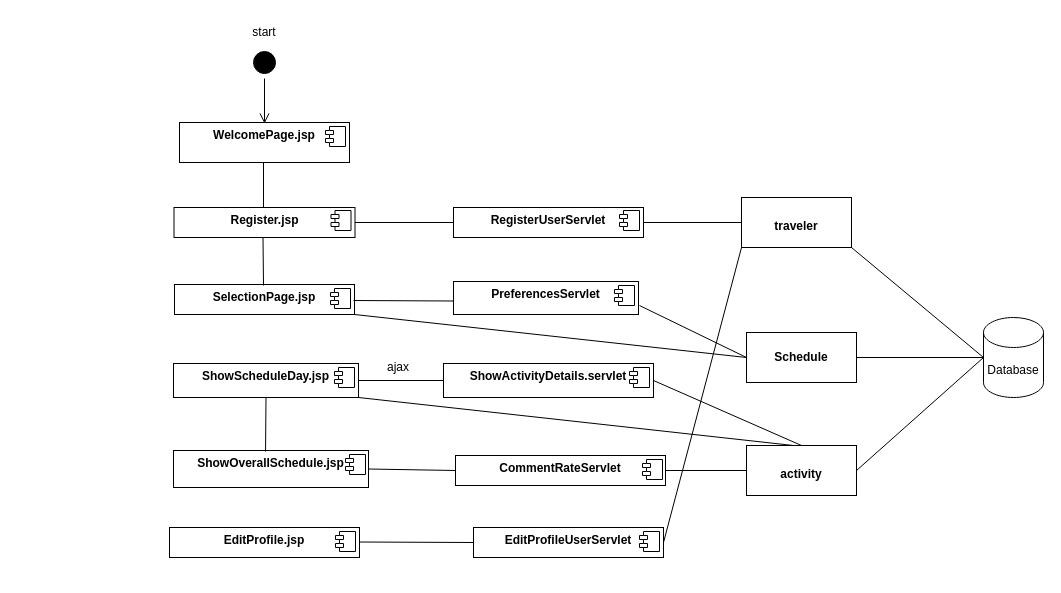
EleftheriaKoutsiouri/Scheduluxe keeps this draw.io diagram as Diagrams/ComponentDiagram2.drawio. Above is the earlier version. Source tidied: cells renumbered, new cells numbered last; positions are measured from the earlier drawing's top-left corner, leaving out a move shared by most shapes. Both pictures are drawn from the tidied source at 100%, with x=0, y=0 at pixel (17, 17).
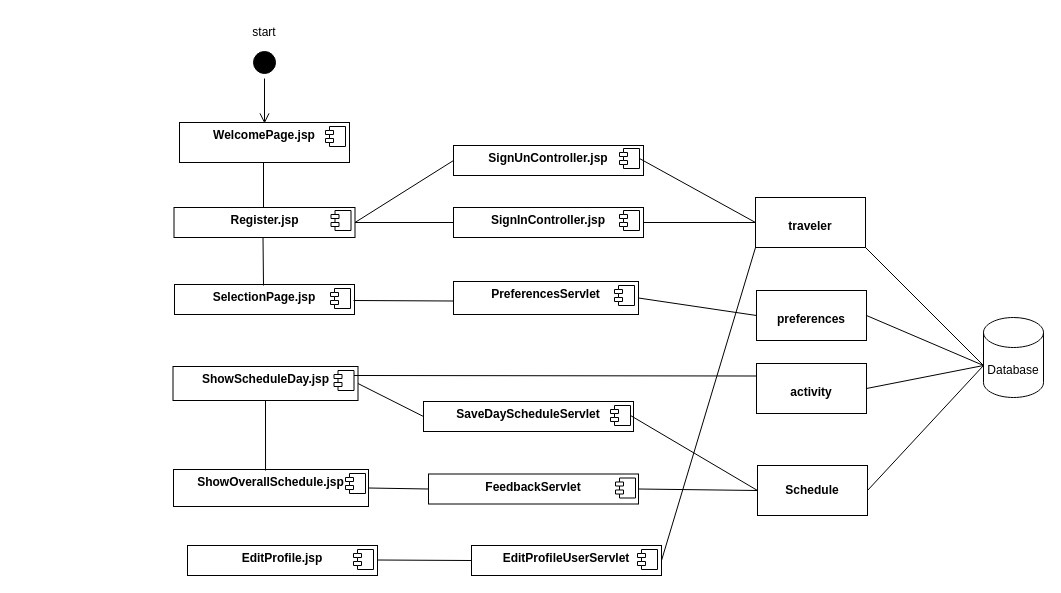
The same page after the edit.

Unchanged cells that the change refers to:
```xml
<mxCell id="4" value="&lt;p style=&quot;margin:0px;margin-top:6px;text-align:center;&quot;&gt;&lt;b&gt;PreferencesServlet&lt;/b&gt;&lt;/p&gt;" style="align=left;overflow=fill;html=1;whiteSpace=wrap;" parent="1" vertex="1">
  <mxGeometry x="436" y="264" width="185" height="33" as="geometry" />
</mxCell>
<mxCell id="6" value="&lt;p style=&quot;margin:0px;margin-top:6px;text-align:center;&quot;&gt;&lt;b style=&quot;background-color: initial;&quot;&gt;SelectionPage.jsp&lt;/b&gt;&lt;/p&gt;" style="align=left;overflow=fill;html=1;whiteSpace=wrap;" parent="1" vertex="1">
  <mxGeometry x="157" y="267" width="180" height="30" as="geometry" />
</mxCell>
<mxCell id="9" style="shape=component;jettyWidth=8;jettyHeight=4;" parent="8" vertex="1">
  <mxGeometry x="1" width="20" height="20" relative="1" as="geometry">
    <mxPoint x="-24" y="4" as="offset" />
  </mxGeometry>
</mxCell>
<mxCell id="11" value="Database" style="shape=cylinder3;whiteSpace=wrap;html=1;boundedLbl=1;backgroundOutline=1;size=15;" parent="1" vertex="1">
  <mxGeometry x="966" y="300" width="60" height="80" as="geometry" />
</mxCell>
<mxCell id="20" value="&lt;p style=&quot;margin:0px;margin-top:6px;text-align:center;&quot;&gt;&lt;b&gt;Register.jsp&lt;/b&gt;&lt;/p&gt;" style="align=left;overflow=fill;html=1;whiteSpace=wrap;" parent="1" vertex="1">
  <mxGeometry x="156.5" y="190" width="181" height="30" as="geometry" />
</mxCell>
```

What changed in the source:
```diff
@@
     <mxCell id="8" value="&lt;p style=&quot;margin:0px;margin-top:6px;text-align:center;&quot;&gt;&lt;b&gt;ShowScheduleDay.jsp&lt;/b&gt;&lt;/p&gt;" style="align=left;overflow=fill;html=1;whiteSpace=wrap;" parent="1" vertex="1">
-      <mxGeometry x="156" y="346" width="185" height="34" as="geometry" />
+      <mxGeometry x="155.5" y="349" width="185" height="34" as="geometry" />
     </mxCell>
@@
     <mxCell id="10" value="&lt;p style=&quot;margin:0px;margin-top:4px;text-align:center;&quot;&gt;&lt;br&gt;&lt;b&gt;Schedule&lt;/b&gt;&lt;/p&gt;" style="verticalAlign=top;align=left;overflow=fill;fontSize=12;fontFamily=Helvetica;html=1;whiteSpace=wrap;" parent="1" vertex="1">
-      <mxGeometry x="729" y="315" width="110" height="50" as="geometry" />
+      <mxGeometry x="740" y="448" width="110" height="50" as="geometry" />
     </mxCell>
@@
-    <mxCell id="12" style="endArrow=none;html=1;rounded=0;entryX=1;entryY=0.5;entryDx=0;entryDy=0;" parent="1" edge="1" source="11" target="10">
-      <mxGeometry relative="1" as="geometry" />
-    </mxCell>
-    <mxCell id="13" value="&lt;p style=&quot;margin:0px;margin-top:6px;text-align:center;&quot;&gt;&lt;b&gt;ShowActivityDetails.servlet&lt;/b&gt;&lt;/p&gt;" style="align=left;overflow=fill;html=1;whiteSpace=wrap;" parent="1" vertex="1">
-      <mxGeometry x="426" y="346" width="210" height="34" as="geometry" />
-    </mxCell>
-    <mxCell id="14" style="shape=component;jettyWidth=8;jettyHeight=4;" parent="13" vertex="1">
-      <mxGeometry x="1" width="20" height="20" relative="1" as="geometry">
-        <mxPoint x="-24" y="4" as="offset" />
-      </mxGeometry>
-    </mxCell>
-    <mxCell id="15" value="&lt;p style=&quot;margin:0px;margin-top:6px;text-align:center;&quot;&gt;&lt;b&gt;RegisterUserServlet&lt;/b&gt;&lt;/p&gt;" style="align=left;overflow=fill;html=1;whiteSpace=wrap;" parent="1" vertex="1">
+    <mxCell id="15" value="&lt;p style=&quot;margin:0px;margin-top:6px;text-align:center;&quot;&gt;&lt;b&gt;SignInController.jsp&lt;/b&gt;&lt;/p&gt;" style="align=left;overflow=fill;html=1;whiteSpace=wrap;" parent="1" vertex="1">
       <mxGeometry x="436" y="190" width="190" height="30" as="geometry" />
     </mxCell>
@@
-    <mxCell id="17" style="endArrow=none;html=1;rounded=0;entryX=0;entryY=0.5;entryDx=0;entryDy=0;exitX=1;exitY=0.5;exitDx=0;exitDy=0;" parent="1" edge="1" source="38" target="25">
+    <mxCell id="17" style="endArrow=none;html=1;rounded=0;entryX=0;entryY=0.5;entryDx=0;entryDy=0;exitX=1;exitY=0.5;exitDx=0;exitDy=0;" parent="1" edge="1" source="38" target="10">
       <mxGeometry relative="1" as="geometry" />
     </mxCell>
-    <mxCell id="18" value="ajax" style="text;html=1;strokeColor=none;fillColor=none;align=center;verticalAlign=middle;whiteSpace=wrap;rounded=0;" parent="1" vertex="1">
-      <mxGeometry x="351" y="335" width="60" height="30" as="geometry" />
-    </mxCell>
     <mxCell id="19" value="&lt;p style=&quot;margin: 4px 0px 0px;&quot;&gt;&lt;br&gt;&lt;/p&gt;&lt;p style=&quot;margin: 4px 0px 0px;&quot;&gt;&lt;b&gt;traveler&lt;/b&gt;&lt;/p&gt;&lt;p style=&quot;margin: 4px 0px 0px;&quot;&gt;&lt;b&gt;&lt;br&gt;&lt;/b&gt;&lt;/p&gt;" style="verticalAlign=top;align=center;overflow=fill;fontSize=12;fontFamily=Helvetica;html=1;whiteSpace=wrap;" parent="1" vertex="1">
-      <mxGeometry x="724" y="180" width="110" height="50" as="geometry" />
+      <mxGeometry x="738" y="180" width="110" height="50" as="geometry" />
     </mxCell>
@@
-    <mxCell id="24" style="endArrow=none;html=1;rounded=0;entryX=1;entryY=1;entryDx=0;entryDy=0;exitX=0;exitY=0.5;exitDx=0;exitDy=0;exitPerimeter=0;" parent="1" edge="1" source="11" target="19">
-      <mxGeometry relative="1" as="geometry" />
+    <mxCell id="24" style="endArrow=none;html=1;rounded=0;entryX=1;entryY=1;entryDx=0;entryDy=0;" parent="1" edge="1" target="19">
+      <mxGeometry relative="1" as="geometry">
+        <mxPoint x="966" y="348" as="sourcePoint" />
+      </mxGeometry>
     </mxCell>
     <mxCell id="25" value="&lt;p style=&quot;margin:0px;margin-top:4px;text-align:center;&quot;&gt;&lt;b&gt;&lt;br&gt;&lt;/b&gt;&lt;/p&gt;&lt;p style=&quot;margin:0px;margin-top:4px;text-align:center;&quot;&gt;&lt;b&gt;activity&lt;/b&gt;&lt;/p&gt;" style="verticalAlign=top;align=left;overflow=fill;fontSize=12;fontFamily=Helvetica;html=1;whiteSpace=wrap;" parent="1" vertex="1">
-      <mxGeometry x="729" y="428" width="110" height="50" as="geometry" />
+      <mxGeometry x="739" y="346" width="110" height="50" as="geometry" />
     </mxCell>
-    <mxCell id="26" style="endArrow=none;html=1;rounded=0;entryX=1;entryY=0.5;entryDx=0;entryDy=0;exitX=0;exitY=0.5;exitDx=0;exitDy=0;exitPerimeter=0;" parent="1" edge="1" source="11" target="25">
-      <mxGeometry relative="1" as="geometry" />
+    <mxCell id="26" style="endArrow=none;html=1;rounded=0;entryX=1;entryY=0.5;entryDx=0;entryDy=0;" parent="1" edge="1" target="25">
+      <mxGeometry relative="1" as="geometry">
+        <mxPoint x="966" y="348" as="sourcePoint" />
+      </mxGeometry>
     </mxCell>
     <mxCell id="27" value="&lt;p style=&quot;margin:0px;margin-top:6px;text-align:center;&quot;&gt;&lt;b&gt;ShowOverallSchedule.jsp&lt;/b&gt;&lt;/p&gt;" style="align=left;overflow=fill;html=1;whiteSpace=wrap;" parent="1" vertex="1">
-      <mxGeometry x="156" y="433" width="195" height="37" as="geometry" />
+      <mxGeometry x="156" y="452" width="195" height="37" as="geometry" />
     </mxCell>
@@
-    <mxCell id="29" style="endArrow=none;html=1;rounded=0;exitX=0;exitY=0.5;exitDx=0;exitDy=0;" parent="1" edge="1" source="10">
-      <mxGeometry relative="1" as="geometry">
-        <mxPoint x="622" y="288" as="targetPoint" />
-      </mxGeometry>
-    </mxCell>
@@
-    <mxCell id="35" style="endArrow=none;html=1;rounded=0;entryX=0.5;entryY=0;entryDx=0;entryDy=0;exitX=1;exitY=0.5;exitDx=0;exitDy=0;" parent="1" edge="1" source="13" target="25">
+    <mxCell id="35" style="endArrow=none;html=1;rounded=0;entryX=0;entryY=0.25;entryDx=0;entryDy=0;exitX=1;exitY=0.25;exitDx=0;exitDy=0;" parent="1" edge="1" source="9" target="25">
       <mxGeometry relative="1" as="geometry" />
     </mxCell>
-    <mxCell id="36" style="endArrow=none;html=1;rounded=0;entryX=0;entryY=0.5;entryDx=0;entryDy=0;exitX=1;exitY=0.5;exitDx=0;exitDy=0;" parent="1" edge="1" source="8" target="13">
-      <mxGeometry relative="1" as="geometry" />
-    </mxCell>
@@
-    <mxCell id="38" value="&lt;p style=&quot;margin:0px;margin-top:6px;text-align:center;&quot;&gt;&lt;b&gt;CommentRateServlet&lt;/b&gt;&lt;/p&gt;" style="align=left;overflow=fill;html=1;whiteSpace=wrap;" parent="1" vertex="1">
-      <mxGeometry x="438" y="438" width="210" height="30" as="geometry" />
+    <mxCell id="38" value="&lt;p style=&quot;margin:0px;margin-top:6px;text-align:center;&quot;&gt;&lt;b&gt;FeedbackServlet&lt;/b&gt;&lt;/p&gt;" style="align=left;overflow=fill;html=1;whiteSpace=wrap;" parent="1" vertex="1">
+      <mxGeometry x="411" y="456.5" width="210" height="30" as="geometry" />
     </mxCell>
@@
     <mxCell id="44" value="&lt;p style=&quot;margin:0px;margin-top:6px;text-align:center;&quot;&gt;&lt;b&gt;EditProfile.jsp&lt;/b&gt;&lt;/p&gt;" style="align=left;overflow=fill;html=1;whiteSpace=wrap;" parent="1" vertex="1">
-      <mxGeometry x="152" y="510" width="190" height="30" as="geometry" />
+      <mxGeometry x="170" y="528" width="190" height="30" as="geometry" />
     </mxCell>
@@
     <mxCell id="46" value="&lt;p style=&quot;margin:0px;margin-top:6px;text-align:center;&quot;&gt;&lt;b&gt;EditProfileUserServlet&lt;/b&gt;&lt;/p&gt;" style="align=left;overflow=fill;html=1;whiteSpace=wrap;" parent="1" vertex="1">
-      <mxGeometry x="456" y="510" width="190" height="30" as="geometry" />
+      <mxGeometry x="454" y="528" width="190" height="30" as="geometry" />
     </mxCell>
@@
     <mxCell id="48" style="endArrow=none;html=1;rounded=0;entryX=0;entryY=0.5;entryDx=0;entryDy=0;exitX=1;exitY=0.5;exitDx=0;exitDy=0;" parent="1" edge="1" target="46">
       <mxGeometry relative="1" as="geometry">
-        <mxPoint x="342" y="524.5" as="sourcePoint" />
+        <mxPoint x="360" y="542.5" as="sourcePoint" />
       </mxGeometry>
     </mxCell>
@@
-    <mxCell id="50" style="endArrow=none;html=1;rounded=0;exitX=0;exitY=0.5;exitDx=0;exitDy=0;entryX=1;entryY=1;entryDx=0;entryDy=0;" parent="1" edge="1" source="10" target="6">
-      <mxGeometry relative="1" as="geometry" />
-    </mxCell>
-    <mxCell id="51" style="endArrow=none;html=1;rounded=0;exitX=1;exitY=1;exitDx=0;exitDy=0;" parent="1" edge="1" source="8">
-      <mxGeometry relative="1" as="geometry">
-        <mxPoint x="776" y="428" as="targetPoint" />
-      </mxGeometry>
-    </mxCell>
+    <mxCell id="52" value="&lt;p style=&quot;margin:0px;margin-top:4px;text-align:center;&quot;&gt;&lt;br&gt;&lt;/p&gt;&lt;p style=&quot;margin:0px;margin-top:4px;text-align:center;&quot;&gt;&lt;b&gt;preferences&lt;/b&gt;&lt;/p&gt;" style="verticalAlign=top;align=left;overflow=fill;fontSize=12;fontFamily=Helvetica;html=1;whiteSpace=wrap;" parent="1" vertex="1">
+      <mxGeometry x="739" y="273" width="110" height="50" as="geometry" />
+    </mxCell>
+    <mxCell id="53" style="endArrow=none;html=1;rounded=0;entryX=1;entryY=0.5;entryDx=0;entryDy=0;" parent="1" edge="1" target="52">
+      <mxGeometry relative="1" as="geometry">
+        <mxPoint x="966" y="348" as="sourcePoint" />
+      </mxGeometry>
+    </mxCell>
+    <mxCell id="54" style="endArrow=none;html=1;rounded=0;entryX=1;entryY=0.5;entryDx=0;entryDy=0;exitX=0;exitY=0.5;exitDx=0;exitDy=0;" parent="1" edge="1" source="52" target="4">
+      <mxGeometry relative="1" as="geometry" />
+    </mxCell>
+    <mxCell id="55" style="endArrow=none;html=1;rounded=0;exitX=1;exitY=0.5;exitDx=0;exitDy=0;" parent="1" edge="1" source="10">
+      <mxGeometry relative="1" as="geometry">
+        <mxPoint x="966" y="348" as="targetPoint" />
+      </mxGeometry>
+    </mxCell>
+    <mxCell id="56" value="&lt;p style=&quot;margin:0px;margin-top:6px;text-align:center;&quot;&gt;&lt;b&gt;SaveDayScheduleServlet&lt;/b&gt;&lt;/p&gt;" style="align=left;overflow=fill;html=1;whiteSpace=wrap;" parent="1" vertex="1">
+      <mxGeometry x="406" y="384" width="210" height="30" as="geometry" />
+    </mxCell>
+    <mxCell id="57" style="shape=component;jettyWidth=8;jettyHeight=4;" parent="56" vertex="1">
+      <mxGeometry x="1" width="20" height="20" relative="1" as="geometry">
+        <mxPoint x="-23" y="4" as="offset" />
+      </mxGeometry>
+    </mxCell>
+    <mxCell id="58" style="endArrow=none;html=1;rounded=0;entryX=1;entryY=0.5;entryDx=0;entryDy=0;exitX=0;exitY=0.5;exitDx=0;exitDy=0;" parent="1" edge="1" source="56" target="8">
+      <mxGeometry relative="1" as="geometry" />
+    </mxCell>
+    <mxCell id="59" style="endArrow=none;html=1;rounded=0;entryX=0;entryY=0.5;entryDx=0;entryDy=0;exitX=1;exitY=0.5;exitDx=0;exitDy=0;" parent="1" edge="1" source="57" target="10">
+      <mxGeometry relative="1" as="geometry" />
+    </mxCell>
+    <mxCell id="60" value="&lt;p style=&quot;margin:0px;margin-top:6px;text-align:center;&quot;&gt;&lt;b&gt;SignUnController.jsp&lt;/b&gt;&lt;/p&gt;" style="align=left;overflow=fill;html=1;whiteSpace=wrap;" parent="1" vertex="1">
+      <mxGeometry x="436" y="128" width="190" height="30" as="geometry" />
+    </mxCell>
+    <mxCell id="61" style="shape=component;jettyWidth=8;jettyHeight=4;" parent="60" vertex="1">
+      <mxGeometry x="1" width="20" height="20" relative="1" as="geometry">
+        <mxPoint x="-24" y="3" as="offset" />
+      </mxGeometry>
+    </mxCell>
+    <mxCell id="62" style="endArrow=none;html=1;rounded=0;exitX=1;exitY=0.5;exitDx=0;exitDy=0;entryX=0;entryY=0.5;entryDx=0;entryDy=0;" parent="1" edge="1" source="20" target="60">
+      <mxGeometry relative="1" as="geometry" />
+    </mxCell>
+    <mxCell id="63" style="endArrow=none;html=1;rounded=0;entryX=1;entryY=0.5;entryDx=0;entryDy=0;exitX=0;exitY=0.5;exitDx=0;exitDy=0;" parent="1" edge="1" source="19" target="61">
+      <mxGeometry relative="1" as="geometry" />
+    </mxCell>
```
